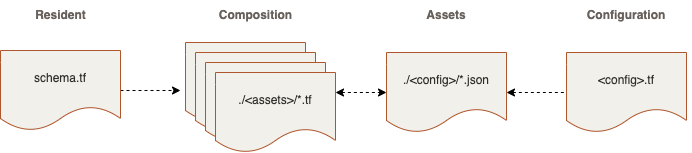
Earlier version of the draw.io export service_configuration.drawio.png (ocilabs/images). Source tidied: cells renumbered, new cells last; positions are measured from the earlier drawing's top-left corner, leaving out a move shared by most shapes.
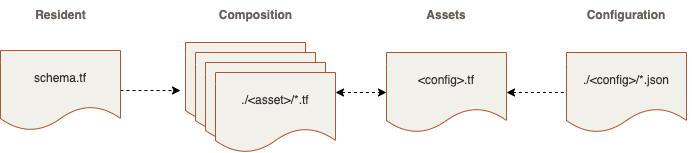
The same file after the commit.

What changed in the source:
```diff
@@ -15,26 +15,21 @@
       <mxGeometry x="210" y="5" width="90" height="20" as="geometry" />
     </mxCell>
     <mxCell id="6" value="&amp;lt;config&amp;gt;.tf" style="shape=document;whiteSpace=wrap;html=1;boundedLbl=1;labelBackgroundColor=none;fontSize=12;fontColor=#312D2A;fillColor=#F1F0EA;strokeColor=#AE562C;" parent="1" vertex="1">
-      <mxGeometry x="566" y="52" width="120" height="80" as="geometry" />
+      <mxGeometry x="386" y="52" width="120" height="80" as="geometry" />
     </mxCell>
     <mxCell id="7" value="./&amp;lt;config&amp;gt;/*.json" style="shape=document;whiteSpace=wrap;html=1;boundedLbl=1;labelBackgroundColor=none;fontSize=12;fontColor=#312D2A;fillColor=#F1F0EA;strokeColor=#AE562C;" parent="1" vertex="1">
-      <mxGeometry x="386" y="52" width="120" height="80" as="geometry" />
+      <mxGeometry x="566" y="52" width="120" height="80" as="geometry" />
     </mxCell>
     <mxCell id="8" value="&lt;span&gt;&lt;font face=&quot;helvetica&quot;&gt;Configuration&lt;br&gt;&lt;/font&gt;&lt;/span&gt;" style="text;whiteSpace=wrap;html=1;fontSize=12;fontColor=#67605B;align=center;verticalAlign=middle;fontStyle=1;" parent="1" vertex="1">
       <mxGeometry x="561" width="130" height="30" as="geometry" />
     </mxCell>
-    <mxCell id="9" value="./&amp;lt;assets&amp;gt;/*.tf" style="shape=document;whiteSpace=wrap;html=1;boundedLbl=1;labelBackgroundColor=none;fontSize=12;fontColor=#312D2A;fillColor=#F1F0EA;strokeColor=#AE562C;" parent="1" vertex="1">
+    <mxCell id="9" value="./&amp;lt;asset&amp;gt;/*.tf" style="shape=document;whiteSpace=wrap;html=1;boundedLbl=1;labelBackgroundColor=none;fontSize=12;fontColor=#312D2A;fillColor=#F1F0EA;strokeColor=#AE562C;" parent="1" vertex="1">
       <mxGeometry x="215" y="72" width="120" height="80" as="geometry" />
     </mxCell>
-    <mxCell id="10" style="endArrow=classic;html=1;rounded=0;dashed=1;fontSize=12;fontColor=#312D2A;entryX=0;entryY=0.5;entryDx=0;entryDy=0;exitX=1;exitY=0.25;exitDx=0;exitDy=0;startArrow=classic;startFill=1;" parent="1" edge="1" source="9" target="7">
+    <mxCell id="10" style="endArrow=classic;html=1;rounded=0;dashed=1;fontSize=12;fontColor=#312D2A;entryX=0;entryY=0.5;entryDx=0;entryDy=0;exitX=1;exitY=0.25;exitDx=0;exitDy=0;startArrow=classic;startFill=1;" parent="1" edge="1" source="9" target="6">
       <mxGeometry relative="1" as="geometry" />
     </mxCell>
-    <mxCell id="11" style="endArrow=classic;html=1;rounded=0;dashed=1;fontSize=12;fontColor=#312D2A;exitX=0.508;exitY=0.838;exitDx=0;exitDy=0;exitPerimeter=0;entryX=0.5;entryY=0;entryDx=0;entryDy=0;" parent="1" edge="1" target="x">
-      <mxGeometry relative="1" as="geometry">
-        <mxPoint x="627" y="119" as="sourcePoint" />
-      </mxGeometry>
-    </mxCell>
-    <mxCell id="12" style="endArrow=none;html=1;rounded=0;dashed=1;fontSize=12;fontColor=#312D2A;exitX=1;exitY=0.5;exitDx=0;exitDy=0;entryX=0;entryY=0.5;entryDx=0;entryDy=0;startArrow=classic;startFill=1;endFill=0;" parent="1" edge="1" source="7" target="6">
+    <mxCell id="12" style="endArrow=none;html=1;rounded=0;dashed=1;fontSize=12;fontColor=#312D2A;startArrow=classic;startFill=1;endFill=0;entryX=0;entryY=0.5;entryDx=0;entryDy=0;exitX=1;exitY=0.5;exitDx=0;exitDy=0;" parent="1" edge="1" source="6" target="7">
       <mxGeometry relative="1" as="geometry" />
     </mxCell>
     <mxCell id="13" style="edgeStyle=orthogonalEdgeStyle;rounded=0;jettySize=auto;html=1;dashed=1;fontSize=12;fontColor=#312D2A;exitX=1;exitY=0.5;exitDx=0;exitDy=0;" parent="1" edge="1" source="14">
```
